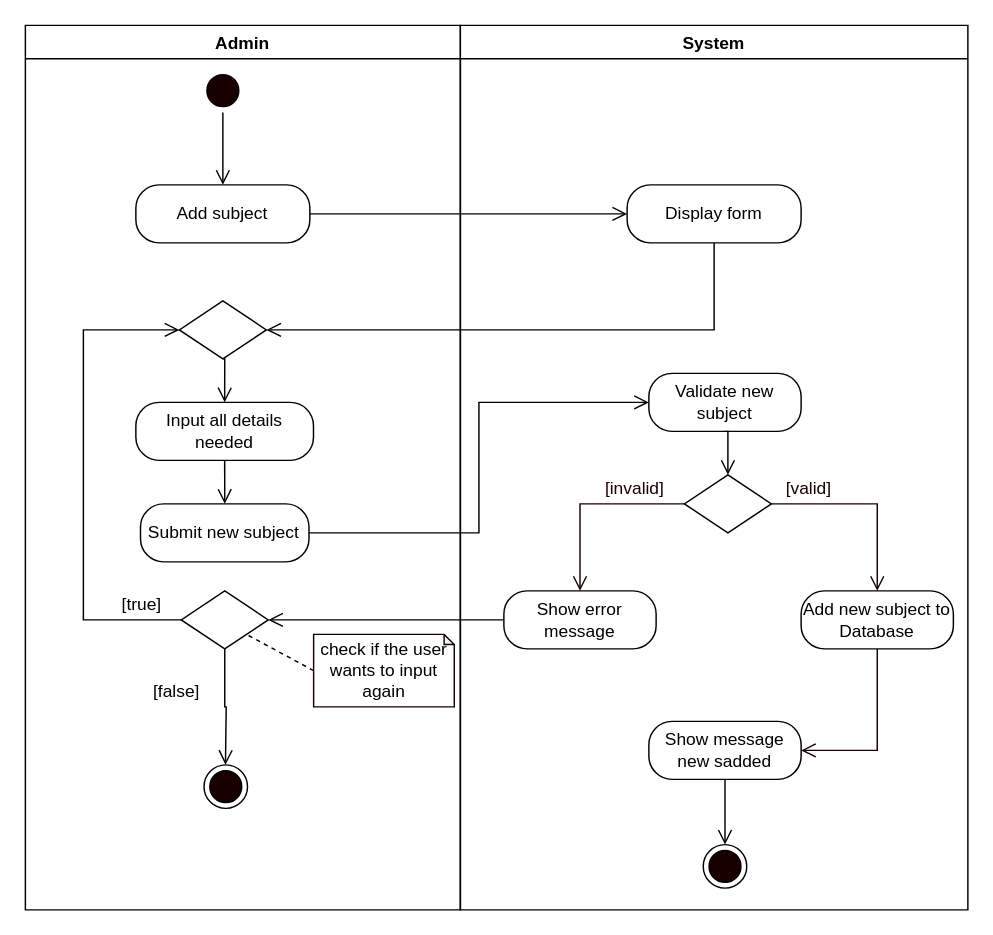
Earlier version of the draw.io diagram page "Add Subject" (1 of 11) of REVISIONS/UML-DIAGRAMS/6-9-2021/ACTIVITY DIAGRAM/ACTIVITY DIAGRAM2.drawio (mrklglsn/CAPSTONE-FILES). Source tidied: cells renumbered, new cells numbered last; positions are measured from the earlier drawing's top-left corner, leaving out a move shared by most shapes. Both pictures are drawn from the tidied source at 145%, with x=0, y=0 at pixel (25, 25).
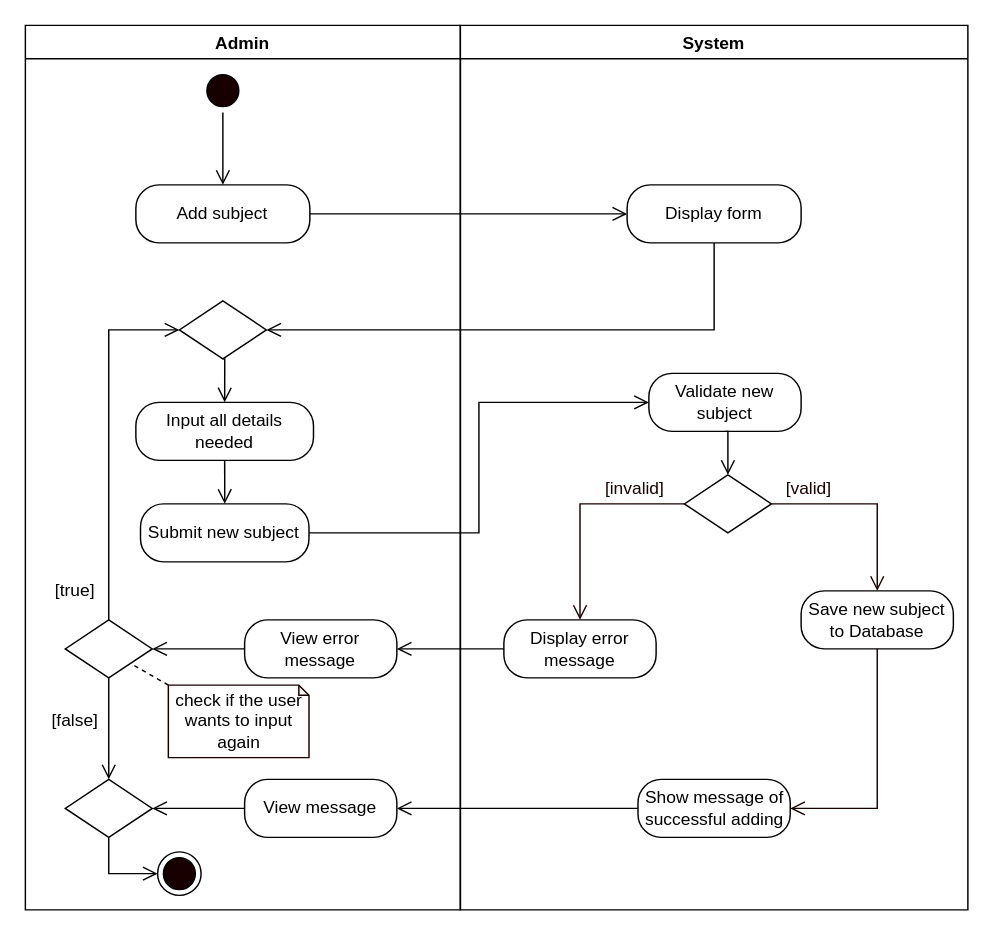
After the change.

The change refers to these unchanged cells:
```xml
<mxCell id="2" value="Admin" style="swimlane;startSize=23;" parent="1" vertex="1">
  <mxGeometry width="300" height="610" as="geometry" />
</mxCell>
<mxCell id="10" style="rhombus;whiteSpace=wrap;html=1;" parent="2" vertex="1">
  <mxGeometry x="106.2" y="190" width="60" height="40" as="geometry" />
</mxCell>
<mxCell id="19" value="System" style="swimlane;" parent="1" vertex="1">
  <mxGeometry x="300" width="350" height="610" as="geometry" />
</mxCell>
```

The edit, as a diff of the source:
```diff
@@
-    <mxCell id="11" style="edgeStyle=orthogonalEdgeStyle;rounded=0;jettySize=auto;html=1;exitX=0;exitY=0.5;exitDx=0;exitDy=0;entryX=0;entryY=0.5;entryDx=0;entryDy=0;endArrow=open;endFill=0;endSize=8;" parent="2" edge="1" source="13" target="10">
+    <mxCell id="11" style="edgeStyle=orthogonalEdgeStyle;rounded=0;jettySize=auto;html=1;exitX=0.5;exitY=0;exitDx=0;exitDy=0;entryX=0;entryY=0.5;entryDx=0;entryDy=0;endArrow=open;endFill=0;endSize=8;" parent="2" edge="1" source="13" target="10">
       <mxGeometry relative="1" as="geometry">
         <Array as="points">
-          <mxPoint x="40" y="410" />
-          <mxPoint x="40" y="210" />
+          <mxPoint x="58" y="210" />
         </Array>
       </mxGeometry>
     </mxCell>
-    <mxCell id="12" style="edgeStyle=orthogonalEdgeStyle;rounded=0;jettySize=auto;html=1;exitX=0.5;exitY=1;exitDx=0;exitDy=0;endArrow=open;endFill=0;endSize=8;startArrow=none;" parent="2" edge="1" source="13">
-      <mxGeometry relative="1" as="geometry">
-        <mxPoint x="138" y="510" as="targetPoint" />
-      </mxGeometry>
-    </mxCell>
+    <mxCell id="38" style="edgeStyle=orthogonalEdgeStyle;rounded=0;jettySize=auto;html=1;exitX=0.5;exitY=1;exitDx=0;exitDy=0;entryX=0.5;entryY=0;entryDx=0;entryDy=0;endArrow=open;endFill=0;endSize=8;" parent="2" edge="1" source="13" target="42">
+      <mxGeometry relative="1" as="geometry" />
+    </mxCell>
     <mxCell id="13" style="rhombus;whiteSpace=wrap;html=1;" parent="2" vertex="1">
-      <mxGeometry x="107.5" y="390" width="60" height="40" as="geometry" />
+      <mxGeometry x="27.5" y="410" width="60" height="40" as="geometry" />
     </mxCell>
     <mxCell id="14" value="[true]" style="text;html=1;align=center;verticalAlign=middle;strokeColor=none;" parent="2" vertex="1">
-      <mxGeometry x="60" y="390" width="40" height="20" as="geometry" />
+      <mxGeometry x="14.4" y="380" width="40" height="20" as="geometry" />
     </mxCell>
-    <mxCell id="15" style="rounded=0;jettySize=auto;html=1;exitX=0;exitY=0.5;exitDx=0;exitDy=0;exitPerimeter=0;entryX=1;entryY=1;entryDx=0;entryDy=0;endArrow=none;endFill=0;endSize=8;dashed=1;" parent="2" edge="1" source="16" target="13">
+    <mxCell id="15" style="rounded=0;jettySize=auto;html=1;exitX=0;exitY=0;exitDx=0;exitDy=0;exitPerimeter=0;entryX=1;entryY=1;entryDx=0;entryDy=0;endArrow=none;endFill=0;endSize=8;dashed=1;" parent="2" edge="1" source="16" target="13">
       <mxGeometry relative="1" as="geometry" />
     </mxCell>
     <mxCell id="16" value="check if the user wants to input again" style="shape=note;whiteSpace=wrap;html=1;backgroundOutline=1;darkOpacity=0.05;strokeColor=#190000;size=7;" parent="2" vertex="1">
-      <mxGeometry x="198.8" y="420" width="97" height="50" as="geometry" />
+      <mxGeometry x="98.6" y="455" width="97" height="50" as="geometry" />
     </mxCell>
     <mxCell id="17" value="[false]" style="text;html=1;align=center;verticalAlign=middle;strokeColor=none;" parent="2" vertex="1">
-      <mxGeometry x="79.4" y="450" width="50" height="20" as="geometry" />
+      <mxGeometry x="9.4" y="470" width="50" height="20" as="geometry" />
     </mxCell>
     <mxCell id="18" style="ellipse;html=1;shape=endState;fillColor=#190000;" parent="2" vertex="1">
-      <mxGeometry x="123.2" y="510" width="30" height="30" as="geometry" />
+      <mxGeometry x="91.2" y="570" width="30" height="30" as="geometry" />
     </mxCell>
+    <mxCell id="39" style="edgeStyle=orthogonalEdgeStyle;rounded=0;jettySize=auto;html=1;exitX=0;exitY=0.5;exitDx=0;exitDy=0;entryX=1;entryY=0.5;entryDx=0;entryDy=0;endArrow=open;endFill=0;endSize=8;" parent="2" edge="1" source="40" target="13">
+      <mxGeometry relative="1" as="geometry">
+        <Array as="points">
+          <mxPoint x="130" y="430" />
+          <mxPoint x="130" y="430" />
+        </Array>
+      </mxGeometry>
+    </mxCell>
+    <mxCell id="40" value="View error message" style="rounded=1;whiteSpace=wrap;html=1;arcSize=40;" parent="2" vertex="1">
+      <mxGeometry x="151.2" y="410" width="105" height="40" as="geometry" />
+    </mxCell>
+    <mxCell id="41" style="edgeStyle=orthogonalEdgeStyle;rounded=0;jettySize=auto;html=1;exitX=0.5;exitY=1;exitDx=0;exitDy=0;entryX=0;entryY=0.5;entryDx=0;entryDy=0;endArrow=open;endFill=0;endSize=8;" parent="2" edge="1" source="42" target="18">
+      <mxGeometry relative="1" as="geometry" />
+    </mxCell>
+    <mxCell id="42" style="rhombus;whiteSpace=wrap;html=1;" parent="2" vertex="1">
+      <mxGeometry x="27.5" y="520" width="60" height="40" as="geometry" />
+    </mxCell>
+    <mxCell id="43" style="edgeStyle=orthogonalEdgeStyle;rounded=0;jettySize=auto;html=1;exitX=0;exitY=0.5;exitDx=0;exitDy=0;endArrow=open;endFill=0;endSize=8;" parent="2" edge="1" source="44" target="42">
+      <mxGeometry relative="1" as="geometry" />
+    </mxCell>
+    <mxCell id="44" value="View message" style="rounded=1;whiteSpace=wrap;html=1;arcSize=40;" parent="2" vertex="1">
+      <mxGeometry x="151.2" y="520" width="105" height="40" as="geometry" />
+    </mxCell>
@@
-    <mxCell id="25" value="Show error message" style="rounded=1;whiteSpace=wrap;html=1;arcSize=40;" parent="19" vertex="1">
-      <mxGeometry x="30" y="390" width="105" height="40" as="geometry" />
+    <mxCell id="25" value="Display error message" style="rounded=1;whiteSpace=wrap;html=1;arcSize=40;" parent="19" vertex="1">
+      <mxGeometry x="30" y="410" width="105" height="40" as="geometry" />
     </mxCell>
@@
-    <mxCell id="27" value="Add new subject to Database" style="rounded=1;whiteSpace=wrap;html=1;arcSize=40;" parent="19" vertex="1">
+    <mxCell id="27" value="Save new subject to Database" style="rounded=1;whiteSpace=wrap;html=1;arcSize=40;" parent="19" vertex="1">
       <mxGeometry x="235" y="390" width="105" height="40" as="geometry" />
     </mxCell>
@@
-    <mxCell id="30" style="edgeStyle=orthogonalEdgeStyle;rounded=0;jettySize=auto;html=1;exitX=0.5;exitY=1;exitDx=0;exitDy=0;entryX=0.5;entryY=0;entryDx=0;entryDy=0;endArrow=open;endFill=0;endSize=8;" parent="19" edge="1" source="31" target="33">
-      <mxGeometry relative="1" as="geometry" />
-    </mxCell>
-    <mxCell id="31" value="Show message new sadded" style="rounded=1;whiteSpace=wrap;html=1;arcSize=40;" parent="19" vertex="1">
-      <mxGeometry x="130" y="480" width="105" height="40" as="geometry" />
+    <mxCell id="31" value="Show message of successful adding" style="rounded=1;whiteSpace=wrap;html=1;arcSize=40;" parent="19" vertex="1">
+      <mxGeometry x="122.5" y="520" width="105" height="40" as="geometry" />
     </mxCell>
@@
-    <mxCell id="33" style="ellipse;html=1;shape=endState;fillColor=#190000;" parent="19" vertex="1">
-      <mxGeometry x="167.5" y="565" width="30" height="30" as="geometry" />
-    </mxCell>
@@
-    <mxCell id="37" style="edgeStyle=orthogonalEdgeStyle;rounded=0;jettySize=auto;html=1;exitX=0;exitY=0.5;exitDx=0;exitDy=0;entryX=1;entryY=0.5;entryDx=0;entryDy=0;endArrow=open;endFill=0;endSize=8;" parent="1" edge="1" source="25" target="13">
+    <mxCell id="37" style="edgeStyle=orthogonalEdgeStyle;rounded=0;jettySize=auto;html=1;exitX=0;exitY=0.5;exitDx=0;exitDy=0;entryX=1;entryY=0.5;entryDx=0;entryDy=0;endArrow=open;endFill=0;endSize=8;" parent="1" edge="1" source="25" target="40">
       <mxGeometry relative="1" as="geometry" />
     </mxCell>
+    <mxCell id="45" style="edgeStyle=orthogonalEdgeStyle;rounded=0;jettySize=auto;html=1;exitX=0;exitY=0.5;exitDx=0;exitDy=0;entryX=1;entryY=0.5;entryDx=0;entryDy=0;endArrow=open;endFill=0;endSize=8;" parent="1" edge="1" source="31" target="44">
+      <mxGeometry relative="1" as="geometry" />
+    </mxCell>
```
